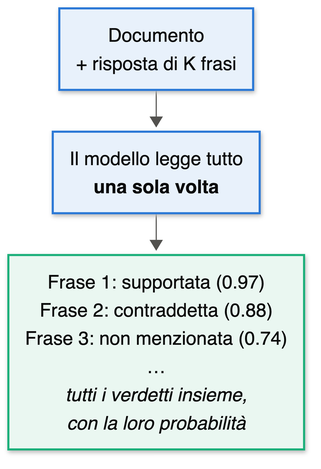
This is Thesis_ita/images/diagrams/system_one.png from frankydedo/GroundOne, a Mermaid export, as it was before one commit. Its source is kept beside it as Thesis_ita/images/diagrams/system_one.mmd. Source of this version:
```mermaid
%%{init: {'theme':'base','flowchart':{'wrappingWidth':340,'nodeSpacing':40,'rankSpacing':55},'themeVariables':{'fontFamily':'Helvetica','fontSize':'18px','lineColor':'#52514e','edgeLabelBackground':'#ffffff'}}}%%
flowchart TB
    A["Documento<br/>+ risposta di K frasi"] --> B["Il modello legge tutto<br/><b>una sola volta</b>"]
    B --> C["Frase 1: supportata (0.97)<br/>Frase 2: contraddetta (0.88)<br/>Frase 3: non menzionata (0.74)<br/>…<br/><i>tutti i verdetti insieme,<br/>con la loro probabilità</i>"]
    classDef read fill:#e8f1fb,stroke:#2a78d6,stroke-width:2px,color:#0b0b0b
    classDef out fill:#eaf7f1,stroke:#1baf7a,stroke-width:2px,color:#0b0b0b
    class A,B read
    class C out
```
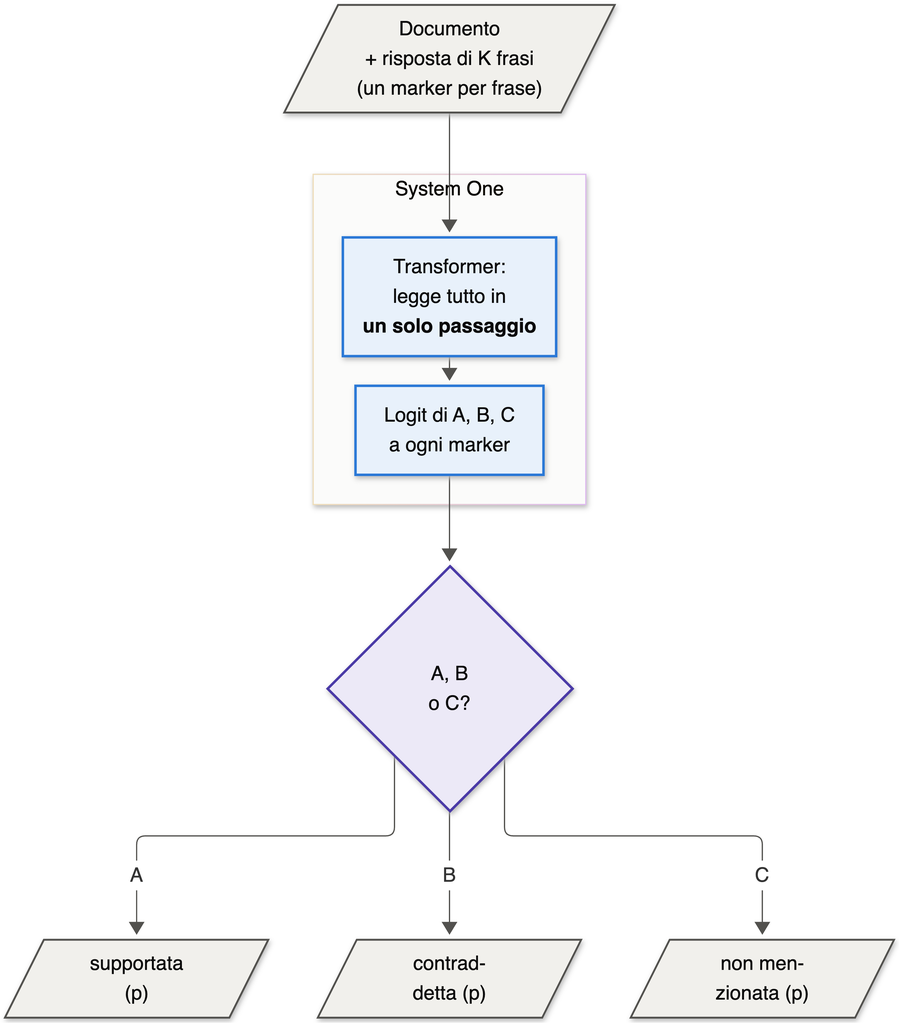
Above is the later version.

Commit message:
Thesis_ita Ch. 1: System One vs LLM figure redrawn in TikZ (decisions in diamonds, I/O parallelograms, model components vs post-processing, autoregressive loop in red); mermaid sources kept

Diff of the diagram source:
```diff
@@ -1,8 +1,19 @@
-%%{init: {'theme':'base','flowchart':{'wrappingWidth':340,'nodeSpacing':40,'rankSpacing':55},'themeVariables':{'fontFamily':'Helvetica','fontSize':'18px','lineColor':'#52514e','edgeLabelBackground':'#ffffff'}}}%%
+%%{init: {'theme':'base','flowchart':{'wrappingWidth':300,'nodeSpacing':18,'rankSpacing':26,'diagramPadding':4},'themeVariables':{'fontFamily':'Helvetica','fontSize':'16px','lineColor':'#52514e','edgeLabelBackground':'#ffffff','clusterBkg':'#fbfbfa','clusterBorder':'#9a9890'}}}%%
 flowchart TB
-    A["Documento<br/>+ risposta di K frasi"] --> B["Il modello legge tutto<br/><b>una sola volta</b>"]
-    B --> C["Frase 1: supportata (0.97)<br/>Frase 2: contraddetta (0.88)<br/>Frase 3: non menzionata (0.74)<br/>…<br/><i>tutti i verdetti insieme,<br/>con la loro probabilità</i>"]
-    classDef read fill:#e8f1fb,stroke:#2a78d6,stroke-width:2px,color:#0b0b0b
-    classDef out fill:#eaf7f1,stroke:#1baf7a,stroke-width:2px,color:#0b0b0b
-    class A,B read
-    class C out
+    IN[/"Documento<br/>+ risposta di K frasi<br/>(un marker per frase)"/]
+    subgraph M["System One"]
+        T["Transformer:<br/>legge tutto in<br/><b>un solo passaggio</b>"]
+        R["Logit di A, B, C<br/>a ogni marker"]
+        T --> R
+    end
+    IN --> T
+    R --> D{"A, B<br/>o C?"}
+    D -- A --> O1[/"supportata<br/>(p)"/]
+    D -- B --> O2[/"contrad-<br/>detta (p)"/]
+    D -- C --> O3[/"non men-<br/>zionata (p)"/]
+    classDef io fill:#f1f0ec,stroke:#52514e,stroke-width:1.5px,color:#0b0b0b
+    classDef model fill:#e8f1fb,stroke:#2a78d6,stroke-width:2px,color:#0b0b0b
+    classDef decision fill:#ece9f7,stroke:#4a3aa7,stroke-width:2px,color:#0b0b0b
+    class IN,O1,O2,O3 io
+    class T,R model
+    class D decision
```
